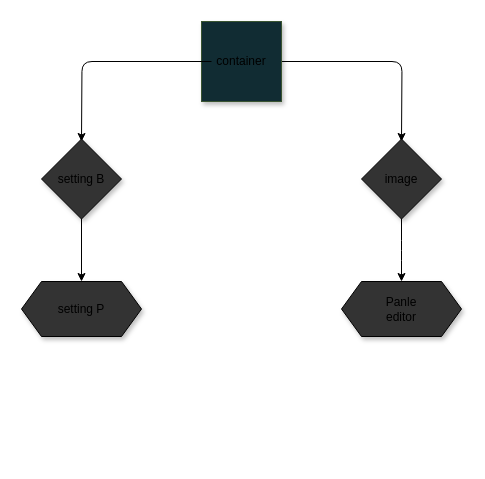
Before: deagrams.drawio in abdullahasson/ISE, a draw.io diagram. Source tidied: cells renumbered, new cells numbered last; positions are measured from the earlier drawing's top-left corner, leaving out a move shared by most shapes. Both pictures are drawn from the tidied source at 100%, with x=0, y=0 at pixel (21, 21).
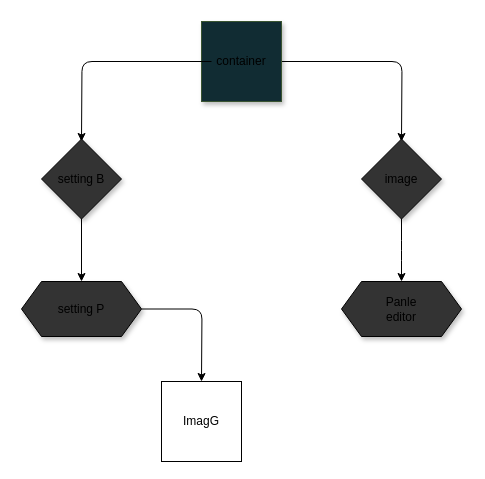
The same page after the edit.

The change refers to these unchanged cells:
```xml
<mxCell id="14" style="shape=hexagon;perimeter=hexagonPerimeter2;whiteSpace=wrap;html=1;fixedSize=1;shadow=1;strokeColor=default;fillColor=#333;gradientColor=none;" parent="1" vertex="1">
  <mxGeometry y="260" width="120" height="55" as="geometry" />
</mxCell>
```

Diff of the diagram source:
```diff
@@
+    <mxCell id="16" style="edgeStyle=orthogonalEdgeStyle;html=1;" parent="1" edge="1" source="14">
+      <mxGeometry relative="1" as="geometry">
+        <mxPoint x="180" y="360" as="targetPoint" />
+      </mxGeometry>
+    </mxCell>
@@
+    <mxCell id="17" style="whiteSpace=wrap;html=1;" parent="1" vertex="1">
+      <mxGeometry x="140" y="360" width="80" height="80" as="geometry" />
+    </mxCell>
+    <mxCell id="18" value="ImagG" style="text;strokeColor=none;align=center;fillColor=none;html=1;verticalAlign=middle;whiteSpace=wrap;rounded=0;" parent="1" vertex="1">
+      <mxGeometry x="140" y="360" width="80" height="80" as="geometry" />
+    </mxCell>
```
